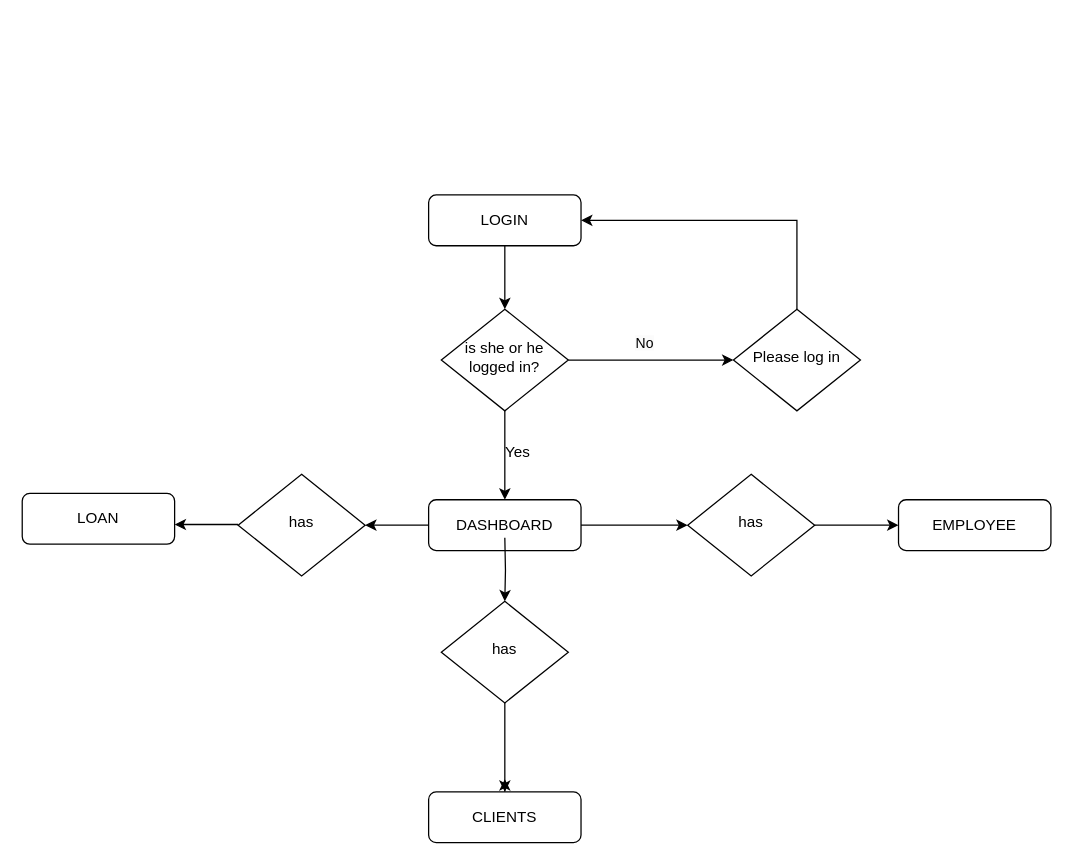
Above: smartLoansFlowChart.drawio in mugumya21/loanMS (draw.io), before the change. Source tidied: cells renumbered, new cells numbered last; positions are measured from the earlier drawing's top-left corner, leaving out a move shared by most shapes. Both pictures are drawn from the tidied source at 127%, with x=0, y=0 at pixel (22, 194).
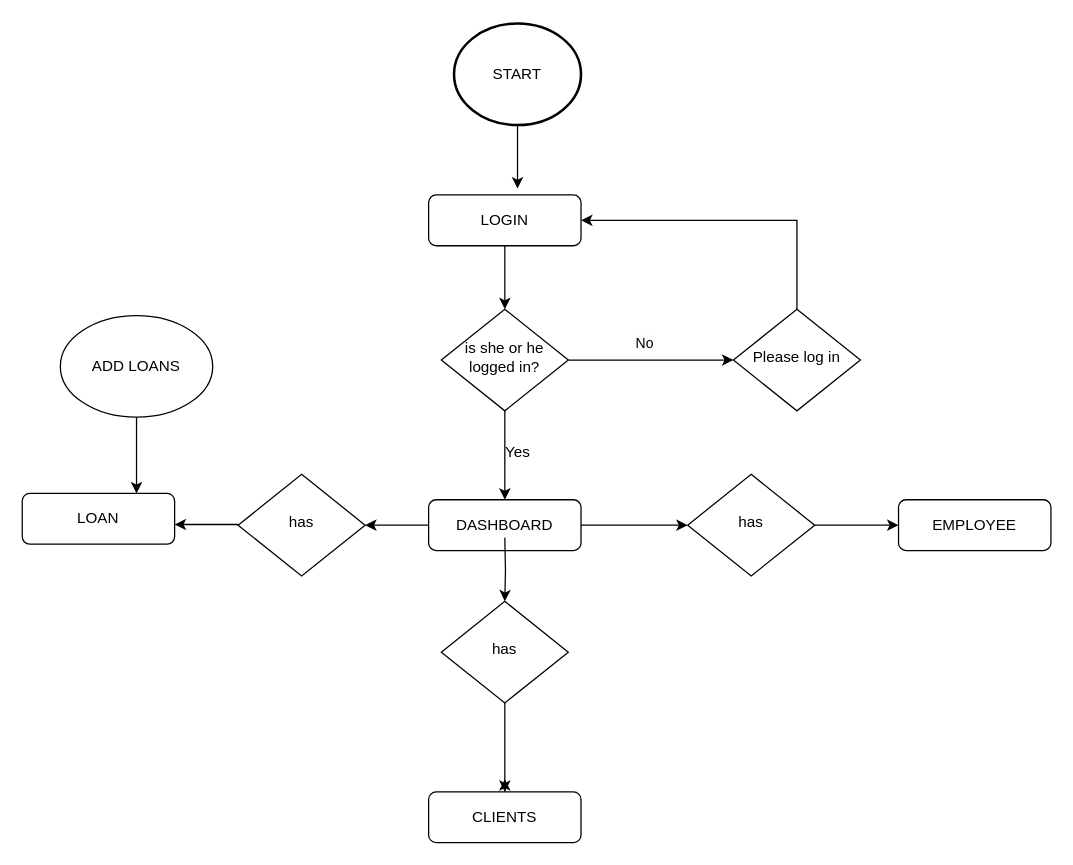
Above is the later version.

The change refers to these unchanged cells:
```xml
<mxCell id="22" value="LOAN" style="rounded=1;whiteSpace=wrap;html=1;fontSize=12;glass=0;strokeWidth=1;shadow=0;" parent="1" vertex="1">
  <mxGeometry y="235" width="120" height="40" as="geometry" />
</mxCell>
```

Diff of the diagram source:
```diff
@@
+    <mxCell id="24" style="edgeStyle=orthogonalEdgeStyle;rounded=0;jettySize=auto;html=1;exitX=0.5;exitY=1;exitDx=0;exitDy=0;entryX=0.75;entryY=0;entryDx=0;entryDy=0;" parent="1" edge="1" source="25" target="22">
+      <mxGeometry relative="1" as="geometry" />
+    </mxCell>
+    <mxCell id="25" value="ADD LOANS" style="ellipse;whiteSpace=wrap;html=1;" parent="1" vertex="1">
+      <mxGeometry x="30" y="95" width="120" height="80" as="geometry" />
+    </mxCell>
+    <mxCell id="26" style="edgeStyle=orthogonalEdgeStyle;rounded=0;jettySize=auto;html=1;exitX=0.5;exitY=1;exitDx=0;exitDy=0;exitPerimeter=0;" parent="1" edge="1" source="27">
+      <mxGeometry relative="1" as="geometry">
+        <mxPoint x="390" y="-5" as="targetPoint" />
+      </mxGeometry>
+    </mxCell>
+    <mxCell id="27" value="START" style="strokeWidth=2;html=1;shape=mxgraph.flowchart.start_2;whiteSpace=wrap;" parent="1" vertex="1">
+      <mxGeometry x="340" y="-135" width="100" height="80" as="geometry" />
+    </mxCell>
```
